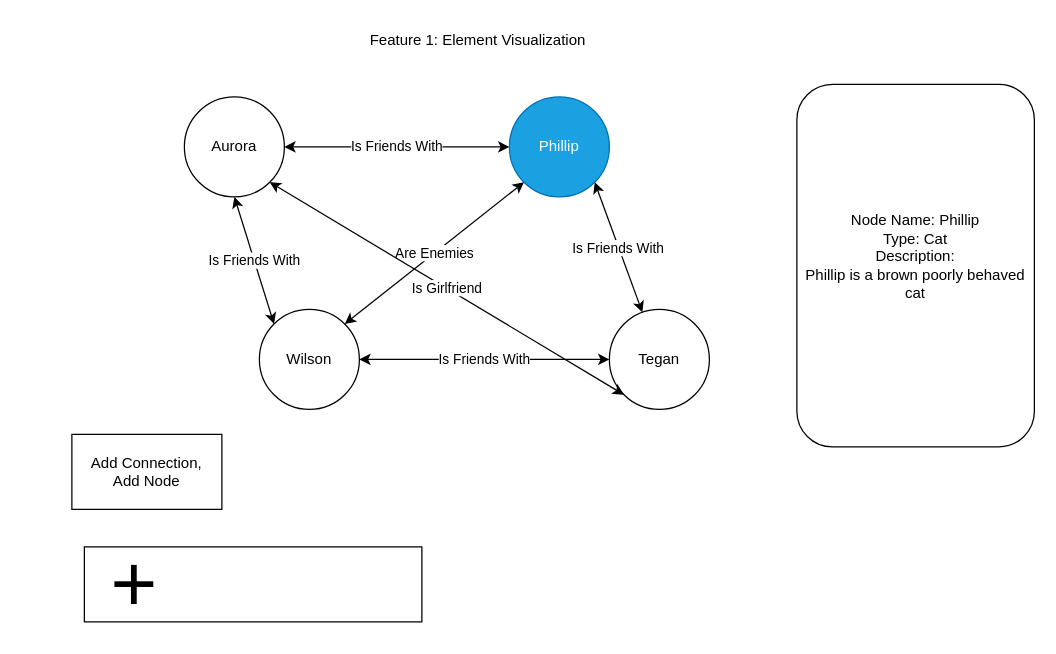
Earlier version of the draw.io diagram Design.drawio (aurorakynkor/StoryGraph). Source tidied: cells renumbered, new cells numbered last; positions are measured from the earlier drawing's top-left corner, leaving out a move shared by most shapes. Both pictures are drawn from the tidied source at 125%, with x=0, y=0 at pixel (21, 21).
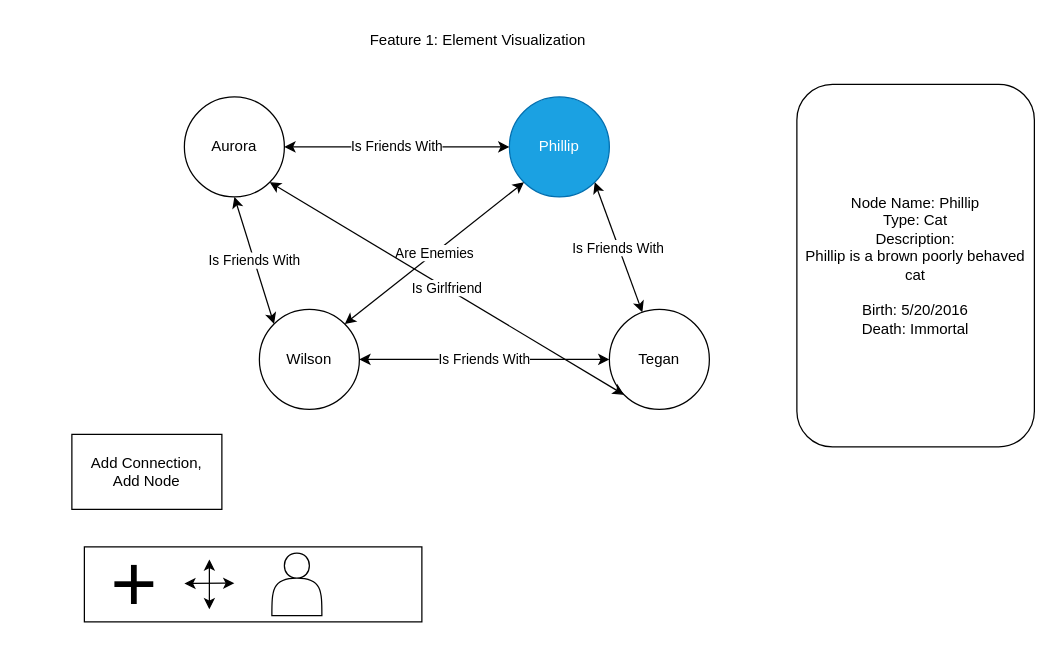
The same diagram, later.

The edit, as a diff of the source:
```diff
@@
-    <mxCell id="16" value="Node Name: Phillip&lt;br&gt;Type: Cat&lt;br&gt;Description:&lt;br&gt;Phillip is a brown poorly behaved cat&lt;br&gt;&lt;br&gt;" style="rounded=1;whiteSpace=wrap;html=1;" parent="1" vertex="1">
+    <mxCell id="16" value="Node Name: Phillip&lt;br&gt;Type: Cat&lt;br&gt;Description:&lt;br&gt;Phillip is a brown poorly behaved cat&lt;br&gt;&lt;br&gt;Birth: 5/20/2016&lt;br&gt;Death: Immortal" style="rounded=1;whiteSpace=wrap;html=1;" parent="1" vertex="1">
       <mxGeometry x="620" y="50" width="190" height="290" as="geometry" />
     </mxCell>
+    <mxCell id="17" style="endArrow=classic;startArrow=classic;html=1;rounded=0;" parent="1" edge="1">
+      <mxGeometry relative="1" as="geometry">
+        <mxPoint x="150" y="470" as="sourcePoint" />
+        <mxPoint x="150" y="430" as="targetPoint" />
+      </mxGeometry>
+    </mxCell>
+    <mxCell id="18" style="endArrow=classic;startArrow=classic;html=1;rounded=0;" parent="1" edge="1">
+      <mxGeometry relative="1" as="geometry">
+        <mxPoint x="130" y="449.3" as="sourcePoint" />
+        <mxPoint x="170" y="449" as="targetPoint" />
+      </mxGeometry>
+    </mxCell>
+    <mxCell id="19" style="shape=actor;whiteSpace=wrap;html=1;" parent="1" vertex="1">
+      <mxGeometry x="200" y="425" width="40" height="50" as="geometry" />
+    </mxCell>
```
